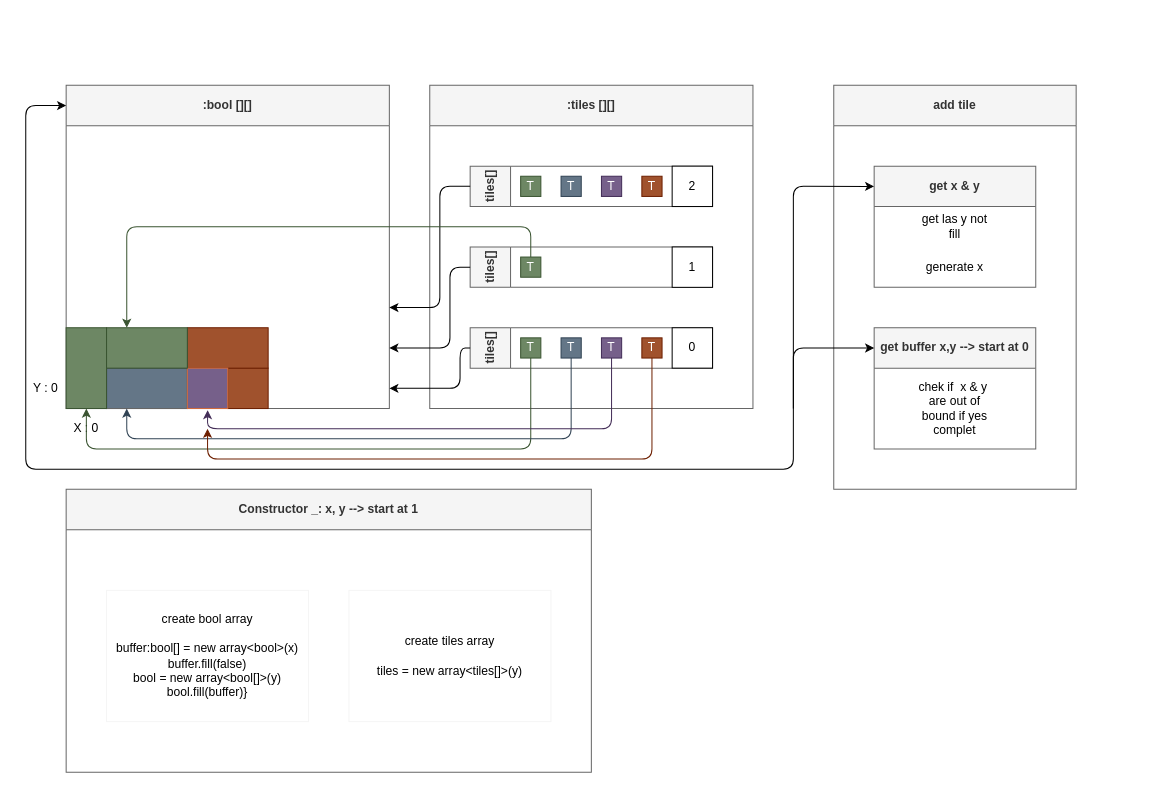
Above: page "matrix" (2 of 2) of temporary/.drawio in IJJA3141/Wallpaper-Pixel-Koi (draw.io), before the change. Source tidied: cells renumbered, new cells numbered last; positions are measured from the earlier drawing's top-left corner, leaving out a move shared by most shapes. Both pictures are drawn from the tidied source at 101%, with x=0, y=0 at pixel (25, 85).
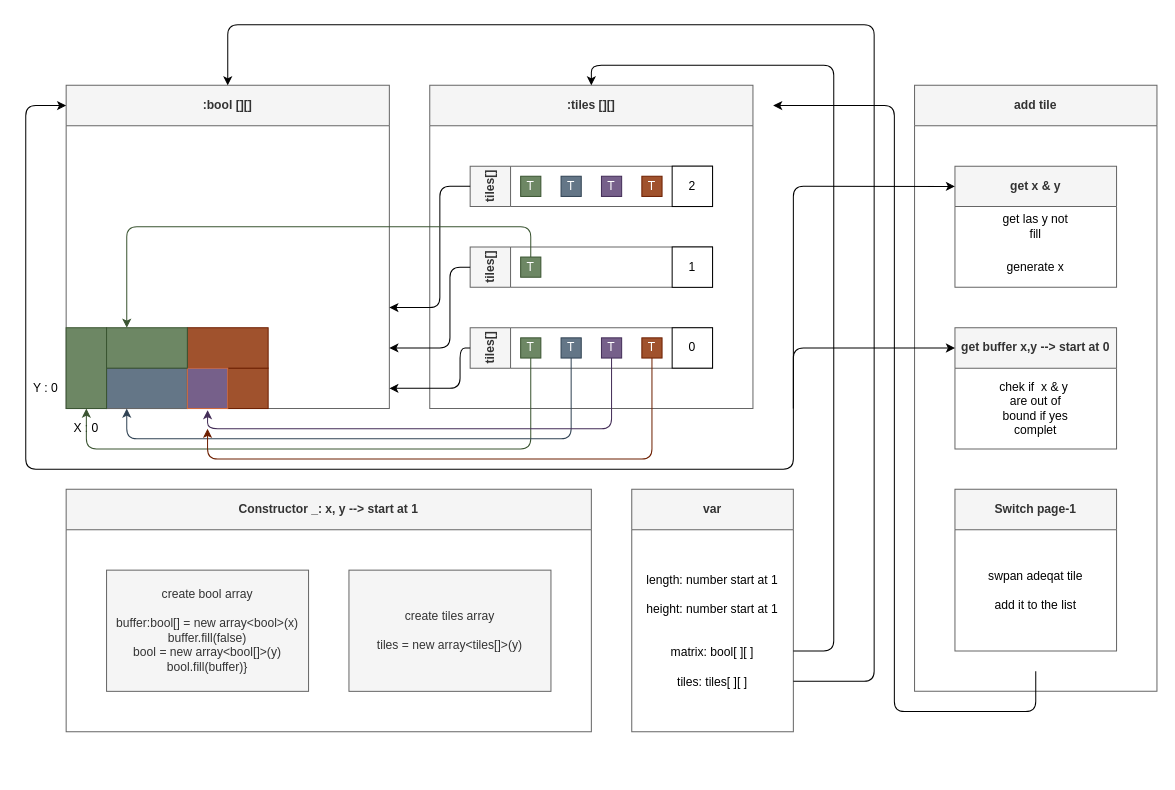
The same diagram, later.

The change refers to these unchanged cells:
```xml
<mxCell id="3" value=":bool [][]" style="swimlane;whiteSpace=wrap;html=1;startSize=40;fillColor=#f5f5f5;fontColor=#333333;strokeColor=#666666;" parent="1" vertex="1">
  <mxGeometry x="40" width="320" height="320" as="geometry" />
</mxCell>
<mxCell id="11" value=":tiles [][]" style="swimlane;whiteSpace=wrap;html=1;startSize=40;fillColor=#f5f5f5;fontColor=#333333;strokeColor=#666666;" parent="1" vertex="1">
  <mxGeometry x="400" width="320" height="320" as="geometry" />
</mxCell>
```

Diff of the diagram source:
```diff
@@
     <mxCell id="35" value="Constructor _: x, y --&amp;gt; start at 1" style="swimlane;whiteSpace=wrap;html=1;strokeColor=#666666;fillColor=#f5f5f5;fontColor=#333333;startSize=40;" parent="1" vertex="1">
-      <mxGeometry x="40" y="400" width="520" height="280" as="geometry" />
+      <mxGeometry x="40" y="400" width="520" height="240" as="geometry" />
     </mxCell>
-    <mxCell id="36" value="create bool array&lt;br&gt;&lt;br&gt;buffer:bool[] = new array&amp;lt;bool&amp;gt;(x)&lt;br&gt;buffer.fill(false)&lt;br&gt;bool = new array&amp;lt;bool[]&amp;gt;(y)&lt;br&gt;bool.fill(buffer)}" style="rounded=0;whiteSpace=wrap;html=1;strokeColor=#F5F5F5;" parent="35" vertex="1">
-      <mxGeometry x="40" y="100" width="200" height="130" as="geometry" />
+    <mxCell id="36" value="create bool array&lt;br&gt;&lt;br&gt;buffer:bool[] = new array&amp;lt;bool&amp;gt;(x)&lt;br&gt;buffer.fill(false)&lt;br&gt;bool = new array&amp;lt;bool[]&amp;gt;(y)&lt;br&gt;bool.fill(buffer)}" style="rounded=0;whiteSpace=wrap;html=1;strokeColor=#666666;fillColor=#f5f5f5;fontColor=#333333;" parent="35" vertex="1">
+      <mxGeometry x="40" y="80" width="200" height="120" as="geometry" />
     </mxCell>
-    <mxCell id="37" value="create tiles array&lt;br&gt;&lt;br&gt;tiles = new array&amp;lt;tiles[]&amp;gt;(y)" style="rounded=0;whiteSpace=wrap;html=1;strokeColor=#F5F5F5;" parent="35" vertex="1">
-      <mxGeometry x="280" y="100" width="200" height="130" as="geometry" />
+    <mxCell id="37" value="create tiles array&lt;br&gt;&lt;br&gt;tiles = new array&amp;lt;tiles[]&amp;gt;(y)" style="rounded=0;whiteSpace=wrap;html=1;strokeColor=#666666;fillColor=#f5f5f5;fontColor=#333333;" parent="35" vertex="1">
+      <mxGeometry x="280" y="80" width="200" height="120" as="geometry" />
     </mxCell>
     <mxCell id="38" value="add tile" style="swimlane;whiteSpace=wrap;html=1;strokeColor=#666666;startSize=40;fillColor=#f5f5f5;fontColor=#333333;" parent="1" vertex="1">
-      <mxGeometry x="800" width="240" height="400" as="geometry" />
+      <mxGeometry x="880" width="240" height="600" as="geometry" />
     </mxCell>
@@
+    <mxCell id="46" value="Switch page-1" style="swimlane;whiteSpace=wrap;html=1;startSize=40;fillColor=#f5f5f5;fontColor=#333333;strokeColor=#666666;" parent="38" vertex="1">
+      <mxGeometry x="40" y="400" width="160" height="160" as="geometry" />
+    </mxCell>
+    <mxCell id="47" value="swpan adeqat tile&lt;br&gt;&lt;br&gt;add it to the list" style="text;html=1;strokeColor=none;fillColor=none;align=center;verticalAlign=middle;whiteSpace=wrap;rounded=0;" parent="46" vertex="1">
+      <mxGeometry y="40" width="160" height="120" as="geometry" />
+    </mxCell>
+    <mxCell id="48" style="endArrow=none;startArrow=classic;html=1;startFill=1;endFill=0;" parent="38" edge="1">
+      <mxGeometry relative="1" as="geometry">
+        <mxPoint x="-140" y="20" as="sourcePoint" />
+        <mxPoint x="120" y="580" as="targetPoint" />
+        <Array as="points">
+          <mxPoint x="-20" y="20" />
+          <mxPoint x="-20" y="620" />
+          <mxPoint x="120" y="620" />
+        </Array>
+      </mxGeometry>
+    </mxCell>
@@
+    <mxCell id="49" value="var" style="swimlane;whiteSpace=wrap;html=1;startSize=40;fillColor=#f5f5f5;fontColor=#333333;strokeColor=#666666;" parent="1" vertex="1">
+      <mxGeometry x="600" y="400" width="160" height="240" as="geometry" />
+    </mxCell>
+    <mxCell id="50" value="length: number start at 1&lt;br&gt;&lt;br&gt;height: number start at 1&lt;br&gt;&lt;br&gt;&lt;br&gt;matrix: bool[ ][ ]&lt;br&gt;&lt;br&gt;tiles: tiles[ ][ ]" style="text;html=1;strokeColor=none;fillColor=none;align=center;verticalAlign=middle;whiteSpace=wrap;rounded=0;" parent="49" vertex="1">
+      <mxGeometry y="40" width="160" height="200" as="geometry" />
+    </mxCell>
+    <mxCell id="51" style="edgeStyle=none;html=1;startArrow=none;startFill=0;endArrow=classic;endFill=1;exitX=1;exitY=0.75;exitDx=0;exitDy=0;entryX=0.5;entryY=0;entryDx=0;entryDy=0;" parent="1" edge="1" source="50" target="3">
+      <mxGeometry relative="1" as="geometry">
+        <Array as="points">
+          <mxPoint x="840" y="590" />
+          <mxPoint x="840" y="-60" />
+          <mxPoint x="520" y="-60" />
+          <mxPoint x="200" y="-60" />
+        </Array>
+      </mxGeometry>
+    </mxCell>
+    <mxCell id="52" style="edgeStyle=none;html=1;startArrow=none;startFill=0;endArrow=classic;endFill=1;entryX=0.5;entryY=0;entryDx=0;entryDy=0;" parent="1" edge="1" target="11">
+      <mxGeometry relative="1" as="geometry">
+        <mxPoint x="760" y="560" as="sourcePoint" />
+        <Array as="points">
+          <mxPoint x="800" y="560" />
+          <mxPoint x="800" y="-20" />
+          <mxPoint x="560" y="-20" />
+        </Array>
+      </mxGeometry>
+    </mxCell>
```
